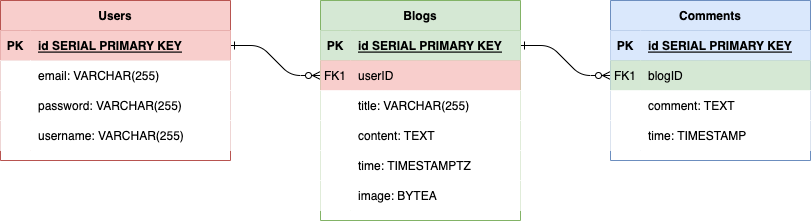
The draw.io diagram blog.drawio.png in taekim90/bloggit, before a commit. Source tidied: cells renumbered, new cells last; positions are measured from the earlier drawing's top-left corner, leaving out a move shared by most shapes.
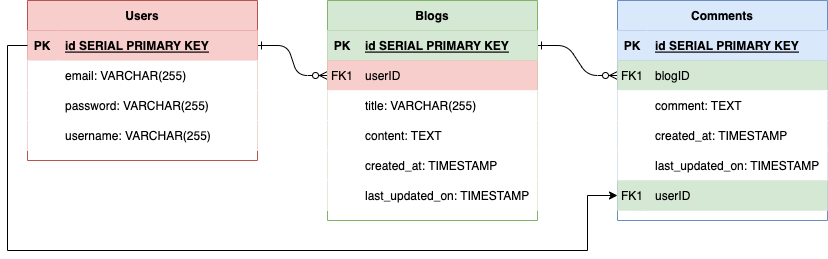
After the commit.

Change to the diagram source:
```diff
@@ -9,103 +9,121 @@
       <mxGeometry relative="1" as="geometry" />
     </mxCell>
     <mxCell id="4" value="Blogs" style="shape=table;startSize=30;rowLines=0;fontStyle=1;align=center;fillColor=#d5e8d4;strokeColor=#82b366;" parent="1" vertex="1">
-      <mxGeometry x="320" width="200" height="220" as="geometry" />
+      <mxGeometry x="320" width="210" height="220" as="geometry" />
     </mxCell>
     <mxCell id="5" style="shape=partialRectangle;fillColor=#d5e8d4;points=[[0,0.5],[1,0.5]];portConstraint=eastwest;top=0;left=0;right=0;bottom=1;strokeColor=#82b366;" parent="4" vertex="1">
-      <mxGeometry y="30" width="200" height="30" as="geometry" />
+      <mxGeometry y="30" width="210" height="30" as="geometry" />
     </mxCell>
     <mxCell id="6" value="PK" style="shape=partialRectangle;overflow=hidden;fillColor=#d5e8d4;top=0;left=0;bottom=0;right=0;fontStyle=1;strokeColor=#82b366;" parent="5" vertex="1">
       <mxGeometry width="30" height="30" as="geometry" />
     </mxCell>
     <mxCell id="7" value="id SERIAL PRIMARY KEY" style="shape=partialRectangle;overflow=hidden;fillColor=#d5e8d4;top=0;left=0;bottom=0;right=0;align=left;spacingLeft=6;fontStyle=5;strokeColor=#82b366;" parent="5" vertex="1">
-      <mxGeometry x="30" width="170" height="30" as="geometry" />
+      <mxGeometry x="30" width="180" height="30" as="geometry" />
     </mxCell>
     <mxCell id="8" style="shape=partialRectangle;fillColor=#f8cecc;points=[[0,0.5],[1,0.5]];portConstraint=eastwest;top=0;left=0;right=0;bottom=0;strokeColor=#b85450;" parent="4" vertex="1">
-      <mxGeometry y="60" width="200" height="30" as="geometry" />
+      <mxGeometry y="60" width="210" height="30" as="geometry" />
     </mxCell>
     <mxCell id="9" value="FK1" style="shape=partialRectangle;overflow=hidden;fillColor=#f8cecc;top=0;left=0;bottom=0;right=0;strokeColor=#b85450;" parent="8" vertex="1">
       <mxGeometry width="30" height="30" as="geometry" />
     </mxCell>
     <mxCell id="10" value="userID" style="shape=partialRectangle;overflow=hidden;fillColor=#f8cecc;top=0;left=0;bottom=0;right=0;align=left;spacingLeft=6;strokeColor=#b85450;" parent="8" vertex="1">
-      <mxGeometry x="30" width="170" height="30" as="geometry" />
+      <mxGeometry x="30" width="180" height="30" as="geometry" />
     </mxCell>
     <mxCell id="11" style="shape=partialRectangle;top=0;left=0;right=0;bottom=0;" parent="4" vertex="1">
-      <mxGeometry y="90" width="200" height="30" as="geometry" />
+      <mxGeometry y="90" width="210" height="30" as="geometry" />
     </mxCell>
     <mxCell id="12" style="shape=partialRectangle;overflow=hidden;top=0;left=0;bottom=0;right=0;" parent="11" vertex="1">
       <mxGeometry width="30" height="30" as="geometry" />
     </mxCell>
     <mxCell id="13" value="title: VARCHAR(255)" style="shape=partialRectangle;overflow=hidden;top=0;left=0;bottom=0;right=0;align=left;spacingLeft=6;" parent="11" vertex="1">
-      <mxGeometry x="30" width="170" height="30" as="geometry" />
+      <mxGeometry x="30" width="180" height="30" as="geometry" />
     </mxCell>
     <mxCell id="14" style="shape=tableRow;horizontal=0;startSize=0;swimlaneHead=0;swimlaneBody=0;top=0;left=0;right=0;bottom=0;" parent="4" vertex="1">
-      <mxGeometry y="120" width="200" height="30" as="geometry" />
+      <mxGeometry y="120" width="210" height="30" as="geometry" />
     </mxCell>
     <mxCell id="15" style="shape=partialRectangle;top=0;left=0;bottom=0;right=0;overflow=hidden;" parent="14" vertex="1">
       <mxGeometry width="30" height="30" as="geometry" />
     </mxCell>
     <mxCell id="16" value="content: TEXT" style="shape=partialRectangle;top=0;left=0;bottom=0;right=0;align=left;spacingLeft=6;overflow=hidden;" parent="14" vertex="1">
-      <mxGeometry x="30" width="170" height="30" as="geometry" />
+      <mxGeometry x="30" width="180" height="30" as="geometry" />
     </mxCell>
     <mxCell id="17" style="shape=tableRow;horizontal=0;startSize=0;swimlaneHead=0;swimlaneBody=0;top=0;left=0;right=0;bottom=0;" parent="4" vertex="1">
-      <mxGeometry y="150" width="200" height="30" as="geometry" />
+      <mxGeometry y="150" width="210" height="30" as="geometry" />
     </mxCell>
     <mxCell id="18" style="shape=partialRectangle;top=0;left=0;bottom=0;right=0;overflow=hidden;" parent="17" vertex="1">
       <mxGeometry width="30" height="30" as="geometry" />
     </mxCell>
-    <mxCell id="19" value="time: TIMESTAMPTZ" style="shape=partialRectangle;top=0;left=0;bottom=0;right=0;align=left;spacingLeft=6;overflow=hidden;" parent="17" vertex="1">
-      <mxGeometry x="30" width="170" height="30" as="geometry" />
+    <mxCell id="19" value="created_at: TIMESTAMP" style="shape=partialRectangle;top=0;left=0;bottom=0;right=0;align=left;spacingLeft=6;overflow=hidden;" parent="17" vertex="1">
+      <mxGeometry x="30" width="180" height="30" as="geometry" />
     </mxCell>
-    <mxCell id="20" style="shape=tableRow;horizontal=0;startSize=0;swimlaneHead=0;swimlaneBody=0;top=0;left=0;right=0;bottom=0;" parent="4" vertex="1">
-      <mxGeometry y="180" width="200" height="30" as="geometry" />
-    </mxCell>
-    <mxCell id="21" style="shape=partialRectangle;top=0;left=0;bottom=0;right=0;overflow=hidden;" parent="20" vertex="1">
-      <mxGeometry width="30" height="30" as="geometry" />
-    </mxCell>
-    <mxCell id="22" value="image: BYTEA" style="shape=partialRectangle;top=0;left=0;bottom=0;right=0;align=left;spacingLeft=6;overflow=hidden;" parent="20" vertex="1">
-      <mxGeometry x="30" width="170" height="30" as="geometry" />
-    </mxCell>
+    <mxCell id="49" style="shape=tableRow;horizontal=0;startSize=0;swimlaneHead=0;swimlaneBody=0;top=0;left=0;right=0;bottom=0;" parent="4" vertex="1">
+      <mxGeometry y="180" width="210" height="30" as="geometry" />
+    </mxCell>
+    <mxCell id="50" style="shape=partialRectangle;top=0;left=0;bottom=0;right=0;overflow=hidden;" parent="49" vertex="1">
+      <mxGeometry width="30" height="30" as="geometry" />
+    </mxCell>
+    <mxCell id="51" value="last_updated_on: TIMESTAMP" style="shape=partialRectangle;top=0;left=0;bottom=0;right=0;align=left;spacingLeft=6;overflow=hidden;" parent="49" vertex="1">
+      <mxGeometry x="30" width="180" height="30" as="geometry" />
+    </mxCell>
     <mxCell id="23" value="Comments" style="shape=table;startSize=30;rowLines=0;fontStyle=1;align=center;fillColor=#dae8fc;strokeColor=#6c8ebf;" parent="1" vertex="1">
-      <mxGeometry x="610" width="200" height="160" as="geometry" />
+      <mxGeometry x="610" width="210" height="220" as="geometry" />
     </mxCell>
     <mxCell id="24" style="shape=partialRectangle;fillColor=#dae8fc;top=0;left=0;right=0;bottom=1;strokeColor=#6c8ebf;" parent="23" vertex="1">
-      <mxGeometry y="30" width="200" height="30" as="geometry" />
+      <mxGeometry y="30" width="210" height="30" as="geometry" />
     </mxCell>
     <mxCell id="25" value="PK" style="shape=partialRectangle;overflow=hidden;fillColor=#dae8fc;top=0;left=0;bottom=0;right=0;fontStyle=1;strokeColor=#6c8ebf;" parent="24" vertex="1">
       <mxGeometry width="30" height="30" as="geometry" />
     </mxCell>
     <mxCell id="26" value="id SERIAL PRIMARY KEY" style="shape=partialRectangle;overflow=hidden;fillColor=#dae8fc;top=0;left=0;bottom=0;right=0;align=left;spacingLeft=6;fontStyle=5;strokeColor=#6c8ebf;" parent="24" vertex="1">
-      <mxGeometry x="30" width="170" height="30" as="geometry" />
+      <mxGeometry x="30" width="180" height="30" as="geometry" />
     </mxCell>
     <mxCell id="27" style="shape=partialRectangle;fillColor=#d5e8d4;points=[[0,0.5],[1,0.5]];portConstraint=eastwest;top=0;left=0;right=0;bottom=0;strokeColor=#82b366;" parent="23" vertex="1">
-      <mxGeometry y="60" width="200" height="30" as="geometry" />
+      <mxGeometry y="60" width="210" height="30" as="geometry" />
     </mxCell>
     <mxCell id="28" value="FK1" style="shape=partialRectangle;overflow=hidden;fillColor=#d5e8d4;top=0;left=0;bottom=0;right=0;strokeColor=#82b366;" parent="27" vertex="1">
       <mxGeometry width="30" height="30" as="geometry" />
     </mxCell>
     <mxCell id="29" value="blogID" style="shape=partialRectangle;overflow=hidden;fillColor=#d5e8d4;top=0;left=0;bottom=0;right=0;align=left;spacingLeft=6;strokeColor=#82b366;" parent="27" vertex="1">
-      <mxGeometry x="30" width="170" height="30" as="geometry" />
+      <mxGeometry x="30" width="180" height="30" as="geometry" />
     </mxCell>
     <mxCell id="30" style="shape=partialRectangle;top=0;left=0;right=0;bottom=0;" parent="23" vertex="1">
-      <mxGeometry y="90" width="200" height="30" as="geometry" />
+      <mxGeometry y="90" width="210" height="30" as="geometry" />
     </mxCell>
     <mxCell id="31" style="shape=partialRectangle;overflow=hidden;top=0;left=0;bottom=0;right=0;" parent="30" vertex="1">
       <mxGeometry width="30" height="30" as="geometry" />
     </mxCell>
     <mxCell id="32" value="comment: TEXT" style="shape=partialRectangle;overflow=hidden;top=0;left=0;bottom=0;right=0;align=left;spacingLeft=6;" parent="30" vertex="1">
-      <mxGeometry x="30" width="170" height="30" as="geometry" />
+      <mxGeometry x="30" width="180" height="30" as="geometry" />
     </mxCell>
     <mxCell id="33" style="shape=tableRow;horizontal=0;startSize=0;swimlaneHead=0;swimlaneBody=0;top=0;left=0;right=0;bottom=0;" parent="23" vertex="1">
-      <mxGeometry y="120" width="200" height="30" as="geometry" />
+      <mxGeometry y="120" width="210" height="30" as="geometry" />
     </mxCell>
     <mxCell id="34" style="shape=partialRectangle;top=0;left=0;bottom=0;right=0;overflow=hidden;" parent="33" vertex="1">
       <mxGeometry width="30" height="30" as="geometry" />
     </mxCell>
-    <mxCell id="35" value="time: TIMESTAMP" style="shape=partialRectangle;top=0;left=0;bottom=0;right=0;align=left;spacingLeft=6;overflow=hidden;" parent="33" vertex="1">
-      <mxGeometry x="30" width="170" height="30" as="geometry" />
+    <mxCell id="35" value="created_at: TIMESTAMP" style="shape=partialRectangle;top=0;left=0;bottom=0;right=0;align=left;spacingLeft=6;overflow=hidden;" parent="33" vertex="1">
+      <mxGeometry x="30" width="180" height="30" as="geometry" />
     </mxCell>
+    <mxCell id="52" style="shape=tableRow;horizontal=0;startSize=0;swimlaneHead=0;swimlaneBody=0;top=0;left=0;right=0;bottom=0;" parent="23" vertex="1">
+      <mxGeometry y="150" width="210" height="30" as="geometry" />
+    </mxCell>
+    <mxCell id="53" style="shape=partialRectangle;top=0;left=0;bottom=0;right=0;overflow=hidden;" parent="52" vertex="1">
+      <mxGeometry width="30" height="30" as="geometry" />
+    </mxCell>
+    <mxCell id="54" value="last_updated_on: TIMESTAMP" style="shape=partialRectangle;top=0;left=0;bottom=0;right=0;align=left;spacingLeft=6;overflow=hidden;" parent="52" vertex="1">
+      <mxGeometry x="30" width="180" height="30" as="geometry" />
+    </mxCell>
+    <mxCell id="55" style="shape=partialRectangle;fillColor=#d5e8d4;points=[[0,0.5],[1,0.5]];portConstraint=eastwest;top=0;left=0;right=0;bottom=0;strokeColor=#82b366;" parent="23" vertex="1">
+      <mxGeometry y="180" width="210" height="30" as="geometry" />
+    </mxCell>
+    <mxCell id="56" value="FK1" style="shape=partialRectangle;overflow=hidden;fillColor=#d5e8d4;top=0;left=0;bottom=0;right=0;strokeColor=#82b366;" parent="55" vertex="1">
+      <mxGeometry width="30" height="30" as="geometry" />
+    </mxCell>
+    <mxCell id="57" value="userID" style="shape=partialRectangle;overflow=hidden;fillColor=#d5e8d4;top=0;left=0;bottom=0;right=0;align=left;spacingLeft=6;strokeColor=#82b366;" parent="55" vertex="1">
+      <mxGeometry x="30" width="180" height="30" as="geometry" />
+    </mxCell>
     <mxCell id="36" value="Users" style="shape=table;startSize=30;rowLines=0;fontStyle=1;align=center;fillColor=#f8cecc;strokeColor=#b85450;" parent="1" vertex="1">
-      <mxGeometry width="230" height="160" as="geometry" />
+      <mxGeometry x="20" width="230" height="160" as="geometry" />
     </mxCell>
     <mxCell id="37" style="shape=partialRectangle;fillColor=#f8cecc;points=[[0,0.5],[1,0.5]];portConstraint=eastwest;top=0;left=0;right=0;bottom=1;strokeColor=#b85450;" parent="36" vertex="1">
       <mxGeometry y="30" width="230" height="30" as="geometry" />
@@ -143,5 +161,15 @@
     <mxCell id="48" value="username: VARCHAR(255)" style="shape=partialRectangle;top=0;left=0;bottom=0;right=0;align=left;spacingLeft=6;overflow=hidden;" parent="46" vertex="1">
       <mxGeometry x="30" width="200" height="30" as="geometry" />
     </mxCell>
+    <mxCell id="58" style="edgeStyle=orthogonalEdgeStyle;rounded=0;jettySize=auto;html=1;exitX=0;exitY=0.5;exitDx=0;exitDy=0;entryX=0;entryY=0.5;entryDx=0;entryDy=0;" parent="1" edge="1" source="37" target="55">
+      <mxGeometry relative="1" as="geometry">
+        <Array as="points">
+          <mxPoint y="45" />
+          <mxPoint y="250" />
+          <mxPoint x="580" y="250" />
+          <mxPoint x="580" y="195" />
+        </Array>
+      </mxGeometry>
+    </mxCell>
   </root>
 </mxGraphModel>
```
